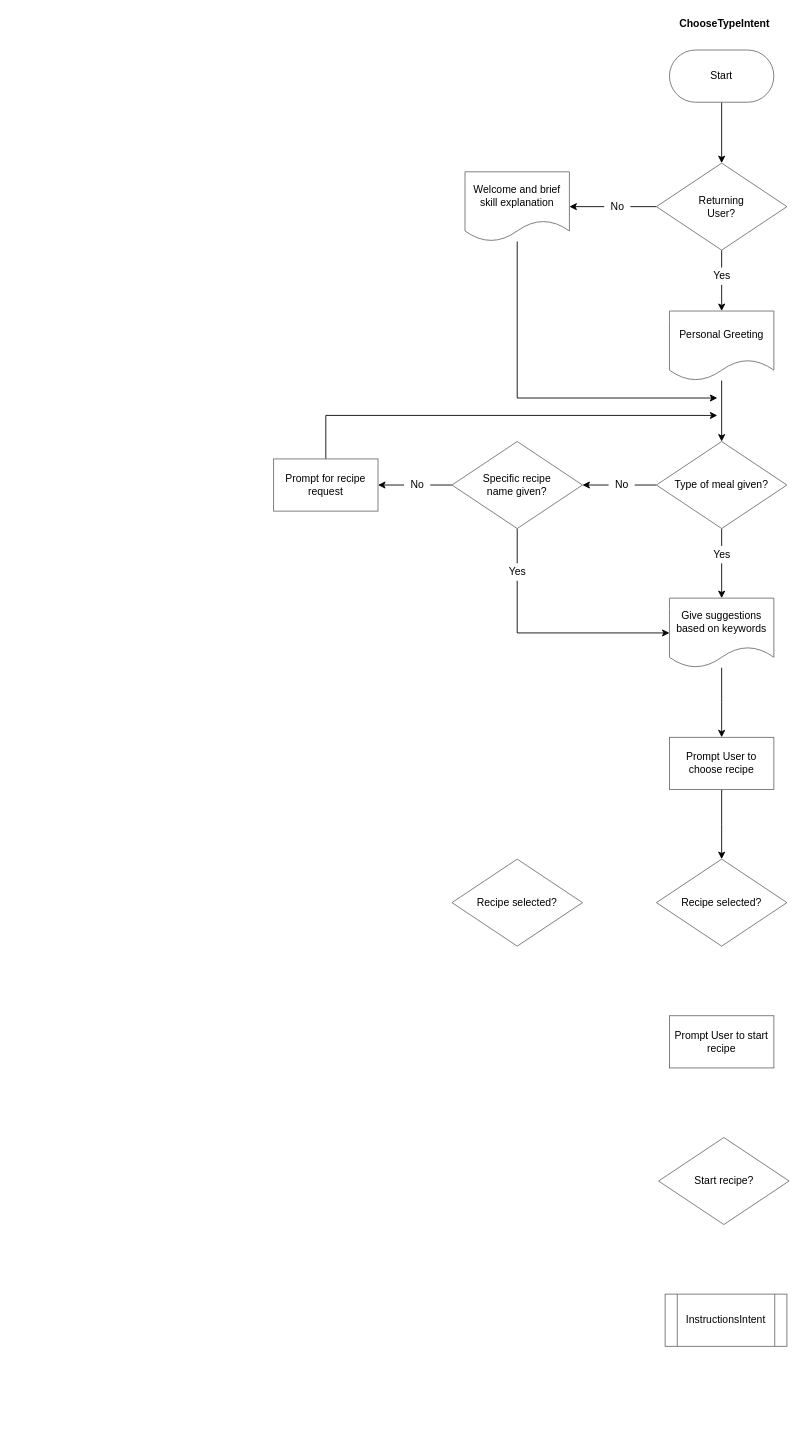
Before: choose-type-intent-flow.drawio in denaetions/stacked, a draw.io diagram. Source tidied: cells renumbered, new cells numbered last; positions are measured from the earlier drawing's top-left corner, leaving out a move shared by most shapes. Both pictures are drawn from the tidied source at 87%, with x=0, y=0 at pixel (273, 15).
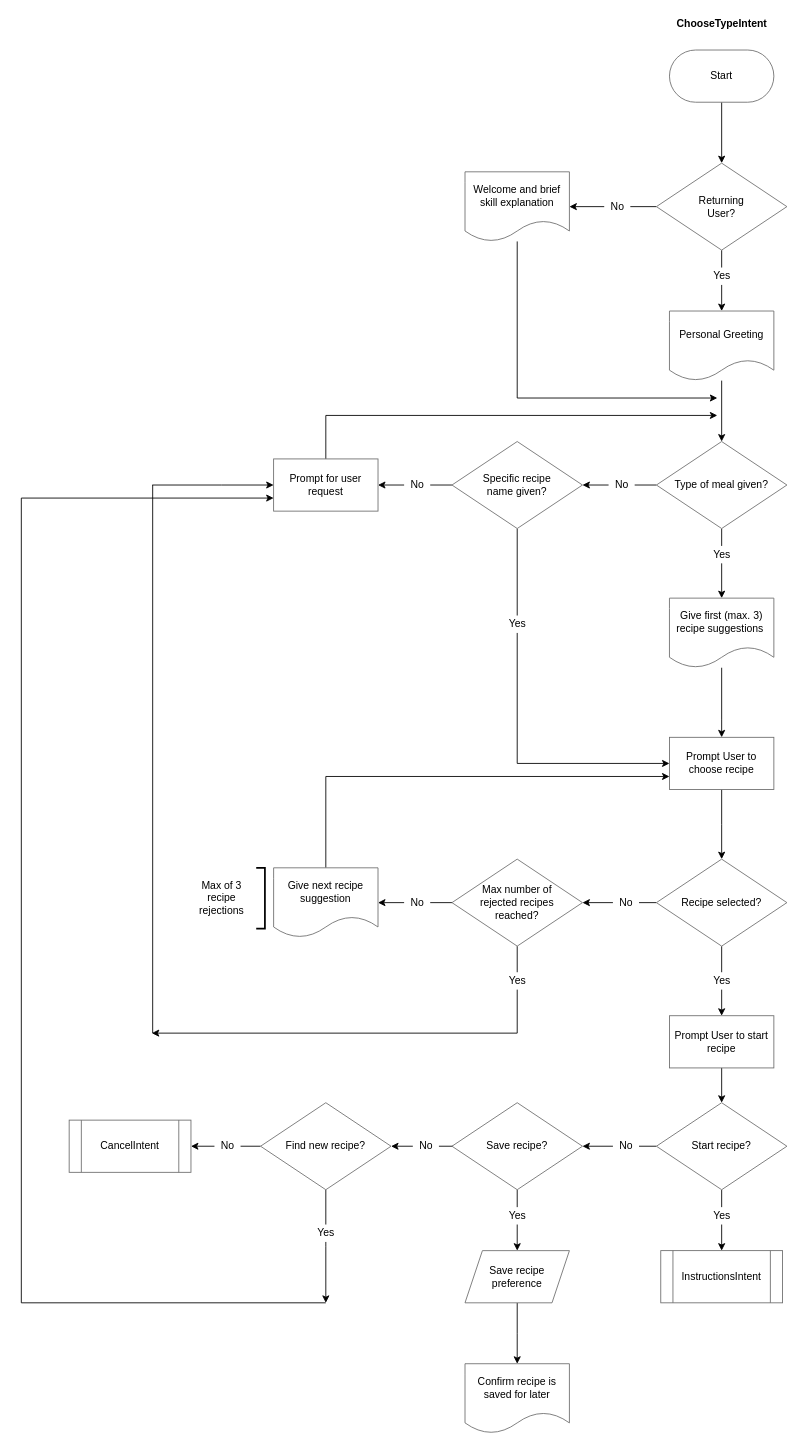
Above is the later version.

The change refers to these unchanged cells:
```xml
<mxCell id="16" value="Prompt User to choose recipe" style="rounded=0;whiteSpace=wrap;html=1;strokeColor=#6E6E6E;" parent="1" vertex="1">
  <mxGeometry x="455" y="830" width="120" height="60" as="geometry" />
</mxCell>
<mxCell id="17" value="Recipe selected?" style="rhombus;whiteSpace=wrap;html=1;strokeColor=#6E6E6E;" parent="1" vertex="1">
  <mxGeometry x="440" y="970" width="150" height="100" as="geometry" />
</mxCell>
<mxCell id="19" value="Prompt User to start recipe" style="rounded=0;whiteSpace=wrap;html=1;strokeColor=#6E6E6E;" parent="1" vertex="1">
  <mxGeometry x="455" y="1150" width="120" height="60" as="geometry" />
</mxCell>
<mxCell id="27" value="Specific recipe &lt;br&gt;name given?" style="rhombus;whiteSpace=wrap;html=1;strokeColor=#6E6E6E;" parent="1" vertex="1">
  <mxGeometry x="205" y="490" width="150" height="100" as="geometry" />
</mxCell>
```

Change to the diagram source:
```diff
@@
     <mxCell id="7" value="&lt;b&gt;ChooseTypeIntent&lt;/b&gt;" style="text;html=1;align=center;verticalAlign=middle;" parent="1" vertex="1">
-      <mxGeometry x="457.5" width="120" height="20" as="geometry" />
+      <mxGeometry x="455" width="120" height="20" as="geometry" />
     </mxCell>
@@
     <mxCell id="13" style="edgeStyle=elbowEdgeStyle;rounded=0;jettySize=auto;html=1;entryX=0.5;entryY=0;entryDx=0;entryDy=0;" parent="1" edge="1" source="14" target="16">
-      <mxGeometry relative="1" as="geometry" />
+      <mxGeometry relative="1" as="geometry">
+        <Array as="points">
+          <mxPoint x="515" y="810" />
+        </Array>
+      </mxGeometry>
     </mxCell>
-    <mxCell id="14" value="Give suggestions based on keywords" style="shape=document;whiteSpace=wrap;html=1;boundedLbl=1;strokeColor=#6E6E6E;" parent="1" vertex="1">
+    <mxCell id="14" value="Give first (max. 3) recipe suggestions&amp;nbsp;" style="shape=document;whiteSpace=wrap;html=1;boundedLbl=1;strokeColor=#6E6E6E;" parent="1" vertex="1">
       <mxGeometry x="455" y="670" width="120" height="80" as="geometry" />
     </mxCell>
@@
+    <mxCell id="35" style="edgeStyle=elbowEdgeStyle;rounded=0;jettySize=auto;html=1;exitX=0.5;exitY=1;exitDx=0;exitDy=0;entryX=0.5;entryY=0;entryDx=0;entryDy=0;" parent="1" edge="1" source="17" target="19">
+      <mxGeometry relative="1" as="geometry" />
+    </mxCell>
+    <mxCell id="36" style="edgeStyle=elbowEdgeStyle;rounded=0;jettySize=auto;html=1;exitX=0;exitY=0.5;exitDx=0;exitDy=0;entryX=1;entryY=0.5;entryDx=0;entryDy=0;" parent="1" edge="1" source="17">
+      <mxGeometry relative="1" as="geometry">
+        <mxPoint x="355" y="1020" as="targetPoint" />
+      </mxGeometry>
+    </mxCell>
@@
     <mxCell id="18" value="InstructionsIntent" style="shape=process;whiteSpace=wrap;html=1;backgroundOutline=1;strokeColor=#6E6E6E;" parent="1" vertex="1">
-      <mxGeometry x="450" y="1470" width="140" height="60" as="geometry" />
+      <mxGeometry x="445" y="1420" width="140" height="60" as="geometry" />
     </mxCell>
+    <mxCell id="37" style="edgeStyle=elbowEdgeStyle;rounded=0;jettySize=auto;html=1;exitX=0.5;exitY=1;exitDx=0;exitDy=0;entryX=0.5;entryY=0;entryDx=0;entryDy=0;" parent="1" edge="1" target="20">
+      <mxGeometry relative="1" as="geometry">
+        <mxPoint x="515" y="1170" as="sourcePoint" />
+      </mxGeometry>
+    </mxCell>
@@
+    <mxCell id="38" style="edgeStyle=elbowEdgeStyle;rounded=0;jettySize=auto;html=1;exitX=0.5;exitY=1;exitDx=0;exitDy=0;entryX=0.5;entryY=0;entryDx=0;entryDy=0;" parent="1" edge="1" source="20" target="18">
+      <mxGeometry relative="1" as="geometry" />
+    </mxCell>
+    <mxCell id="39" style="edgeStyle=elbowEdgeStyle;rounded=0;jettySize=auto;html=1;exitX=0;exitY=0.5;exitDx=0;exitDy=0;" parent="1" edge="1" source="20" target="55">
+      <mxGeometry relative="1" as="geometry" />
+    </mxCell>
     <mxCell id="20" value="Start recipe?" style="rhombus;whiteSpace=wrap;html=1;strokeColor=#6E6E6E;" parent="1" vertex="1">
-      <mxGeometry x="442.5" y="1290" width="150" height="100" as="geometry" />
+      <mxGeometry x="440" y="1250" width="150" height="100" as="geometry" />
     </mxCell>
@@
-    <mxCell id="24" value="Prompt for recipe request" style="rounded=0;whiteSpace=wrap;html=1;strokeColor=#6E6E6E;" parent="1" vertex="1">
+    <mxCell id="24" value="Prompt for user request" style="rounded=0;whiteSpace=wrap;html=1;strokeColor=#6E6E6E;" parent="1" vertex="1">
       <mxGeometry y="510" width="120" height="60" as="geometry" />
     </mxCell>
@@
-    <mxCell id="26" style="edgeStyle=elbowEdgeStyle;rounded=0;jettySize=auto;html=1;exitX=0.5;exitY=1;exitDx=0;exitDy=0;entryX=0;entryY=0.5;entryDx=0;entryDy=0;" parent="1" edge="1" source="27" target="14">
+    <mxCell id="26" style="edgeStyle=elbowEdgeStyle;rounded=0;jettySize=auto;html=1;exitX=0.5;exitY=1;exitDx=0;exitDy=0;entryX=0;entryY=0.5;entryDx=0;entryDy=0;" parent="1" edge="1" source="27" target="16">
       <mxGeometry relative="1" as="geometry">
         <Array as="points">
+          <mxPoint x="280" y="730" />
           <mxPoint x="280" y="640" />
         </Array>
       </mxGeometry>
     </mxCell>
@@
-    <mxCell id="28" value="Recipe selected?" style="rhombus;whiteSpace=wrap;html=1;strokeColor=#6E6E6E;" parent="1" vertex="1">
-      <mxGeometry x="205" y="970" width="150" height="100" as="geometry" />
-    </mxCell>
@@
     <mxCell id="33" value="Yes" style="text;html=1;align=center;verticalAlign=middle;fillColor=#ffffff;" parent="1" vertex="1">
-      <mxGeometry x="260" y="630" width="40" height="20" as="geometry" />
+      <mxGeometry x="260" y="690" width="40" height="20" as="geometry" />
     </mxCell>
@@
+    <mxCell id="40" value="Yes" style="text;html=1;align=center;verticalAlign=middle;fillColor=#ffffff;" parent="1" vertex="1">
+      <mxGeometry x="495" y="1100" width="40" height="20" as="geometry" />
+    </mxCell>
+    <mxCell id="41" value="No" style="text;html=1;align=center;verticalAlign=middle;fillColor=#ffffff;" parent="1" vertex="1">
+      <mxGeometry x="390" y="1010" width="30" height="20" as="geometry" />
+    </mxCell>
+    <mxCell id="42" style="edgeStyle=elbowEdgeStyle;rounded=0;jettySize=auto;html=1;exitX=0.5;exitY=0;exitDx=0;exitDy=0;entryX=0;entryY=0.75;entryDx=0;entryDy=0;" parent="1" edge="1" source="43" target="16">
+      <mxGeometry relative="1" as="geometry">
+        <Array as="points">
+          <mxPoint x="60" y="930" />
+          <mxPoint x="290" y="890" />
+          <mxPoint x="60" y="960" />
+        </Array>
+      </mxGeometry>
+    </mxCell>
+    <mxCell id="43" value="Give next recipe suggestion" style="shape=document;whiteSpace=wrap;html=1;boundedLbl=1;strokeColor=#6E6E6E;" parent="1" vertex="1">
+      <mxGeometry y="980" width="120" height="80" as="geometry" />
+    </mxCell>
+    <mxCell id="44" value="Max of 3&lt;br&gt;recipe&lt;br&gt;rejections" style="text;html=1;align=center;verticalAlign=middle;" parent="1" vertex="1">
+      <mxGeometry x="-95" y="990" width="70" height="50" as="geometry" />
+    </mxCell>
+    <mxCell id="45" style="strokeWidth=2;html=1;shape=mxgraph.flowchart.annotation_1;align=left;fillColor=#ffffff;rotation=-180;" parent="1" vertex="1">
+      <mxGeometry x="-20" y="980" width="10" height="70" as="geometry" />
+    </mxCell>
+    <mxCell id="46" style="edgeStyle=elbowEdgeStyle;rounded=0;jettySize=auto;html=1;exitX=0;exitY=0.5;exitDx=0;exitDy=0;entryX=1;entryY=0.5;entryDx=0;entryDy=0;" parent="1" edge="1" source="48" target="43">
+      <mxGeometry relative="1" as="geometry" />
+    </mxCell>
+    <mxCell id="47" style="edgeStyle=elbowEdgeStyle;rounded=0;jettySize=auto;html=1;exitX=0.5;exitY=1;exitDx=0;exitDy=0;" parent="1" edge="1" source="48">
+      <mxGeometry relative="1" as="geometry">
+        <mxPoint x="-140" y="1170" as="targetPoint" />
+        <Array as="points">
+          <mxPoint x="280" y="1130" />
+          <mxPoint y="1160" />
+          <mxPoint x="280" y="1080" />
+          <mxPoint x="-30" y="1100" />
+          <mxPoint x="-140" y="1100" />
+        </Array>
+      </mxGeometry>
+    </mxCell>
+    <mxCell id="48" value="Max number of &lt;br&gt;rejected recipes &lt;br&gt;reached?" style="rhombus;whiteSpace=wrap;html=1;strokeColor=#6E6E6E;" parent="1" vertex="1">
+      <mxGeometry x="205" y="970" width="150" height="100" as="geometry" />
+    </mxCell>
+    <mxCell id="49" value="No" style="text;html=1;align=center;verticalAlign=middle;fillColor=#ffffff;" parent="1" vertex="1">
+      <mxGeometry x="150" y="1010" width="30" height="20" as="geometry" />
+    </mxCell>
+    <mxCell id="50" style="edgeStyle=elbowEdgeStyle;rounded=0;jettySize=auto;html=1;entryX=0;entryY=0.5;entryDx=0;entryDy=0;" parent="1" edge="1" source="51" target="24">
+      <mxGeometry relative="1" as="geometry">
+        <Array as="points">
+          <mxPoint x="-60" y="540" />
+          <mxPoint x="-100" y="540" />
+        </Array>
+      </mxGeometry>
+    </mxCell>
+    <mxCell id="51" style="line;strokeWidth=1;direction=south;html=1;perimeter=backbonePerimeter;points=[];outlineConnect=0;fillColor=#ffffff;" parent="1" vertex="1">
+      <mxGeometry x="-144" y="540" width="10" height="630" as="geometry" />
+    </mxCell>
+    <mxCell id="52" value="Yes" style="text;html=1;align=center;verticalAlign=middle;fillColor=#ffffff;" parent="1" vertex="1">
+      <mxGeometry x="495" y="1370" width="40" height="20" as="geometry" />
+    </mxCell>
+    <mxCell id="53" style="edgeStyle=elbowEdgeStyle;rounded=0;jettySize=auto;html=1;exitX=0;exitY=0.5;exitDx=0;exitDy=0;entryX=1;entryY=0.5;entryDx=0;entryDy=0;" parent="1" edge="1" target="60">
+      <mxGeometry relative="1" as="geometry">
+        <mxPoint x="220" y="1300" as="sourcePoint" />
+      </mxGeometry>
+    </mxCell>
+    <mxCell id="54" style="edgeStyle=elbowEdgeStyle;rounded=0;jettySize=auto;html=1;exitX=0.5;exitY=1;exitDx=0;exitDy=0;" parent="1" edge="1" source="55" target="65">
+      <mxGeometry relative="1" as="geometry" />
+    </mxCell>
+    <mxCell id="55" value="Save recipe?" style="rhombus;whiteSpace=wrap;html=1;strokeColor=#6E6E6E;" parent="1" vertex="1">
+      <mxGeometry x="205" y="1250" width="150" height="100" as="geometry" />
+    </mxCell>
+    <mxCell id="56" value="Confirm recipe is saved for later" style="shape=document;whiteSpace=wrap;html=1;boundedLbl=1;strokeColor=#6E6E6E;" parent="1" vertex="1">
+      <mxGeometry x="220" y="1550" width="120" height="80" as="geometry" />
+    </mxCell>
+    <mxCell id="57" value="Yes" style="text;html=1;align=center;verticalAlign=middle;fillColor=#ffffff;" parent="1" vertex="1">
+      <mxGeometry x="260" y="1100" width="40" height="20" as="geometry" />
+    </mxCell>
+    <mxCell id="58" style="edgeStyle=elbowEdgeStyle;rounded=0;jettySize=auto;html=1;exitX=0;exitY=0.5;exitDx=0;exitDy=0;" parent="1" edge="1" source="60" target="61">
+      <mxGeometry relative="1" as="geometry" />
+    </mxCell>
+    <mxCell id="59" style="edgeStyle=elbowEdgeStyle;rounded=0;jettySize=auto;html=1;exitX=0.5;exitY=1;exitDx=0;exitDy=0;" parent="1" edge="1" source="60">
+      <mxGeometry relative="1" as="geometry">
+        <mxPoint x="60" y="1480" as="targetPoint" />
+      </mxGeometry>
+    </mxCell>
+    <mxCell id="60" value="Find new recipe?" style="rhombus;whiteSpace=wrap;html=1;strokeColor=#6E6E6E;" parent="1" vertex="1">
+      <mxGeometry x="-15" y="1250" width="150" height="100" as="geometry" />
+    </mxCell>
+    <mxCell id="61" value="CancelIntent" style="shape=process;whiteSpace=wrap;html=1;backgroundOutline=1;strokeColor=#6E6E6E;" parent="1" vertex="1">
+      <mxGeometry x="-235" y="1270" width="140" height="60" as="geometry" />
+    </mxCell>
+    <mxCell id="62" value="No" style="text;html=1;align=center;verticalAlign=middle;fillColor=#ffffff;" parent="1" vertex="1">
+      <mxGeometry x="390" y="1290" width="30" height="20" as="geometry" />
+    </mxCell>
+    <mxCell id="63" value="No" style="text;html=1;align=center;verticalAlign=middle;fillColor=#ffffff;" parent="1" vertex="1">
+      <mxGeometry x="160" y="1290" width="30" height="20" as="geometry" />
+    </mxCell>
+    <mxCell id="64" style="edgeStyle=elbowEdgeStyle;rounded=0;jettySize=auto;html=1;exitX=0.5;exitY=1;exitDx=0;exitDy=0;" parent="1" edge="1" source="65" target="56">
+      <mxGeometry relative="1" as="geometry" />
+    </mxCell>
+    <mxCell id="65" value="Save recipe preference" style="shape=parallelogram;perimeter=parallelogramPerimeter;whiteSpace=wrap;html=1;fixedSize=1;strokeColor=#6E6E6E;strokeWidth=1;fillColor=#ffffff;" parent="1" vertex="1">
+      <mxGeometry x="220" y="1420" width="120" height="60" as="geometry" />
+    </mxCell>
+    <mxCell id="66" value="No" style="text;html=1;align=center;verticalAlign=middle;fillColor=#ffffff;" parent="1" vertex="1">
+      <mxGeometry x="-68" y="1290" width="30" height="20" as="geometry" />
+    </mxCell>
+    <mxCell id="67" value="Yes" style="text;html=1;align=center;verticalAlign=middle;fillColor=#ffffff;" parent="1" vertex="1">
+      <mxGeometry x="260" y="1370" width="40" height="20" as="geometry" />
+    </mxCell>
+    <mxCell id="68" style="edgeStyle=elbowEdgeStyle;rounded=0;jettySize=auto;html=1;exitX=0.5;exitY=1;exitDx=0;exitDy=0;entryX=0;entryY=0.75;entryDx=0;entryDy=0;" parent="1" edge="1" target="24">
+      <mxGeometry relative="1" as="geometry">
+        <mxPoint x="60" y="1480" as="sourcePoint" />
+        <Array as="points">
+          <mxPoint x="-290" y="830" />
+        </Array>
+      </mxGeometry>
+    </mxCell>
+    <mxCell id="69" value="Yes" style="text;html=1;align=center;verticalAlign=middle;fillColor=#ffffff;" parent="1" vertex="1">
+      <mxGeometry x="40" y="1390" width="40" height="20" as="geometry" />
+    </mxCell>
```
